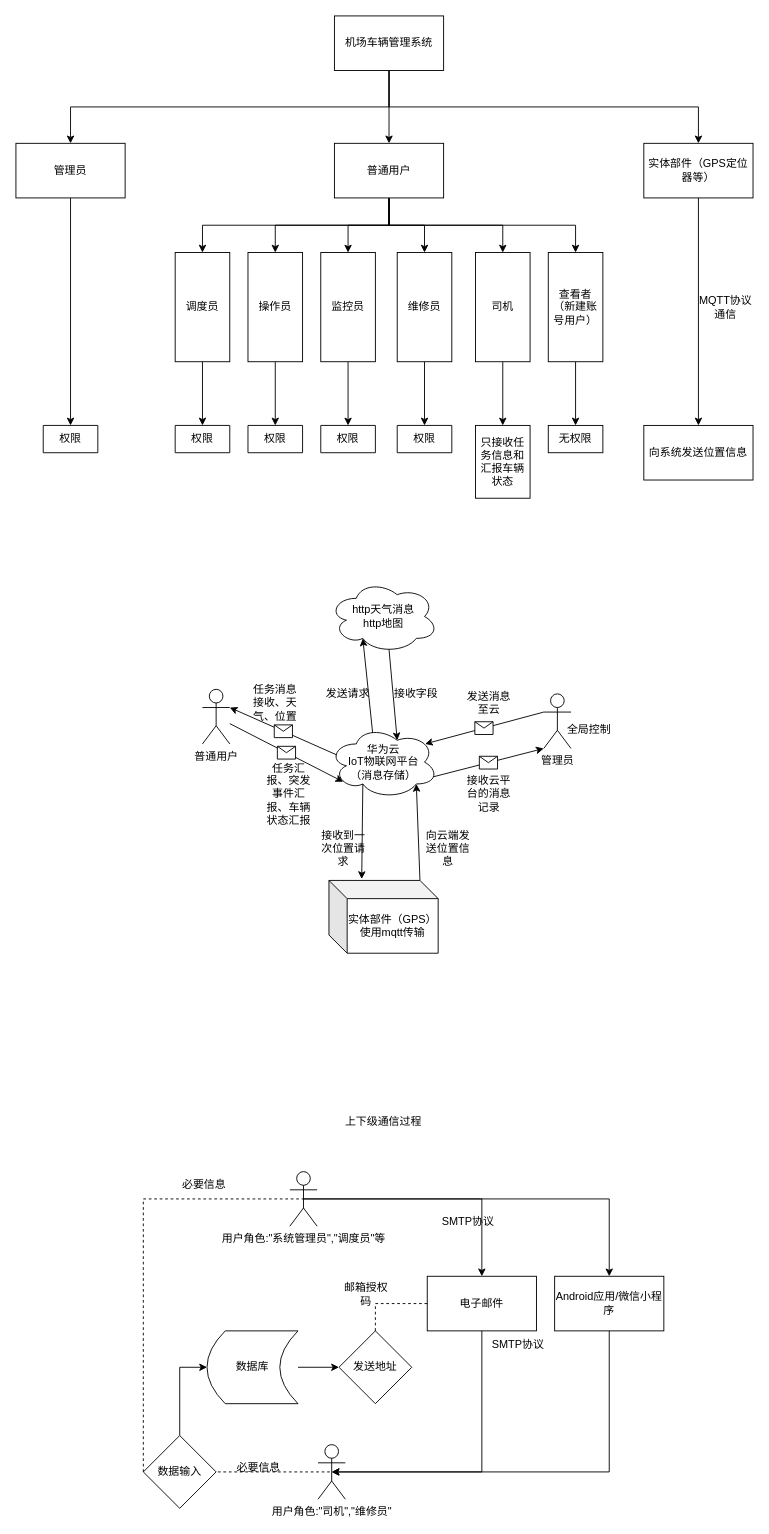
This is 汽车管理系统位图.drawio from Corkedmzx/-airport-vehicle-system, a draw.io file, before an edit. Source tidied: cells renumbered, new cells numbered last; positions are measured from the earlier drawing's top-left corner, leaving out a move shared by most shapes. Both pictures are drawn from the tidied source at 91%, with x=0, y=0 at pixel (15, 15).
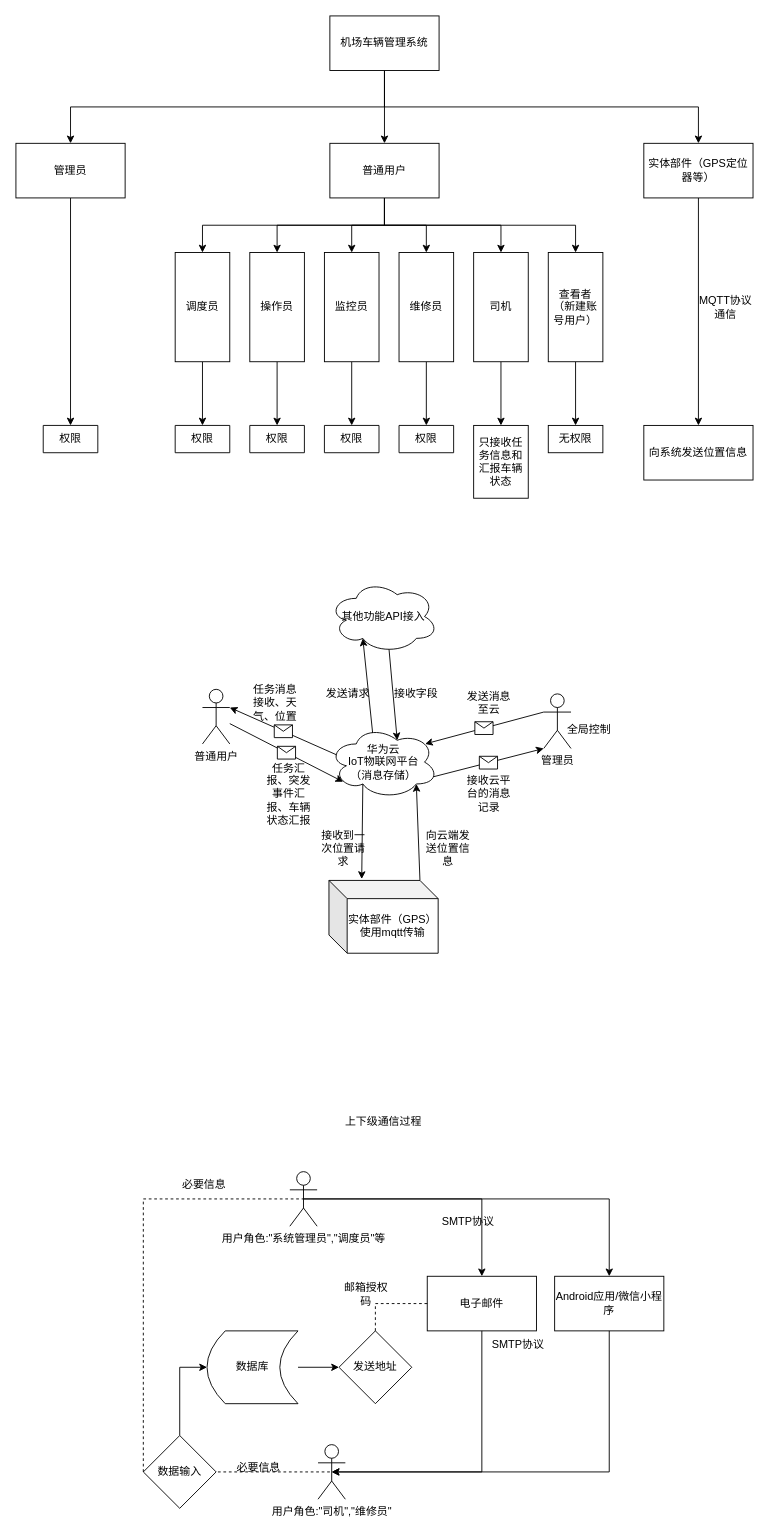
Above is the later version.

Change to the diagram source:
```diff
@@
     <mxCell id="5" value="机场车辆管理系统" style="rounded=0;whiteSpace=wrap;html=1;" parent="1" vertex="1">
-      <mxGeometry x="350" width="120" height="60" as="geometry" />
+      <mxGeometry x="345" width="120" height="60" as="geometry" />
     </mxCell>
@@
     <mxCell id="12" value="普通用户" style="rounded=0;whiteSpace=wrap;html=1;" parent="1" vertex="1">
-      <mxGeometry x="350" y="140" width="120" height="60" as="geometry" />
+      <mxGeometry x="345" y="140" width="120" height="60" as="geometry" />
     </mxCell>
@@
     <mxCell id="20" value="维修员" style="rounded=0;whiteSpace=wrap;html=1;" parent="1" vertex="1">
-      <mxGeometry x="419" y="260" width="60" height="120" as="geometry" />
+      <mxGeometry x="421" y="260" width="60" height="120" as="geometry" />
     </mxCell>
@@
     <mxCell id="22" value="监控员" style="rounded=0;whiteSpace=wrap;html=1;" parent="1" vertex="1">
-      <mxGeometry x="335" y="260" width="60" height="120" as="geometry" />
+      <mxGeometry x="339" y="260" width="60" height="120" as="geometry" />
     </mxCell>
@@
     <mxCell id="24" value="操作员" style="rounded=0;whiteSpace=wrap;html=1;" parent="1" vertex="1">
-      <mxGeometry x="255" y="260" width="60" height="120" as="geometry" />
+      <mxGeometry x="257" y="260" width="60" height="120" as="geometry" />
     </mxCell>
@@
     <mxCell id="28" value="司机" style="rounded=0;whiteSpace=wrap;html=1;" parent="1" vertex="1">
-      <mxGeometry x="505" y="260" width="60" height="120" as="geometry" />
+      <mxGeometry x="503" y="260" width="60" height="120" as="geometry" />
     </mxCell>
@@
     <mxCell id="32" value="只接收任务信息和汇报车辆状态" style="rounded=0;whiteSpace=wrap;html=1;" parent="1" vertex="1">
-      <mxGeometry x="505" y="450" width="60" height="80" as="geometry" />
+      <mxGeometry x="503" y="450" width="60" height="80" as="geometry" />
     </mxCell>
     <mxCell id="33" value="权限" style="swimlane;fontStyle=0;horizontal=1;startSize=30;whiteSpace=wrap;html=1;" parent="1" vertex="1" collapsed="1">
-      <mxGeometry x="255" y="450" width="60" height="30" as="geometry" />
+      <mxGeometry x="257" y="450" width="60" height="30" as="geometry" />
     </mxCell>
     <mxCell id="34" value="权限" style="swimlane;fontStyle=0;horizontal=1;startSize=30;whiteSpace=wrap;html=1;" parent="1" vertex="1" collapsed="1">
-      <mxGeometry x="335" y="450" width="60" height="30" as="geometry" />
+      <mxGeometry x="339" y="450" width="60" height="30" as="geometry" />
     </mxCell>
     <mxCell id="35" value="权限" style="swimlane;fontStyle=0;horizontal=1;startSize=30;whiteSpace=wrap;html=1;" parent="1" vertex="1" collapsed="1">
-      <mxGeometry x="419" y="450" width="60" height="30" as="geometry" />
+      <mxGeometry x="421" y="450" width="60" height="30" as="geometry" />
     </mxCell>
@@
-    <mxCell id="45" value="http天气消息&lt;div&gt;http地图&lt;/div&gt;" style="ellipse;shape=cloud;whiteSpace=wrap;html=1;" parent="1" vertex="1">
+    <mxCell id="45" value="&lt;div&gt;其他功能API接入&lt;/div&gt;" style="ellipse;shape=cloud;whiteSpace=wrap;html=1;" parent="1" vertex="1">
       <mxGeometry x="344" y="620" width="120" height="80" as="geometry" />
     </mxCell>
```
